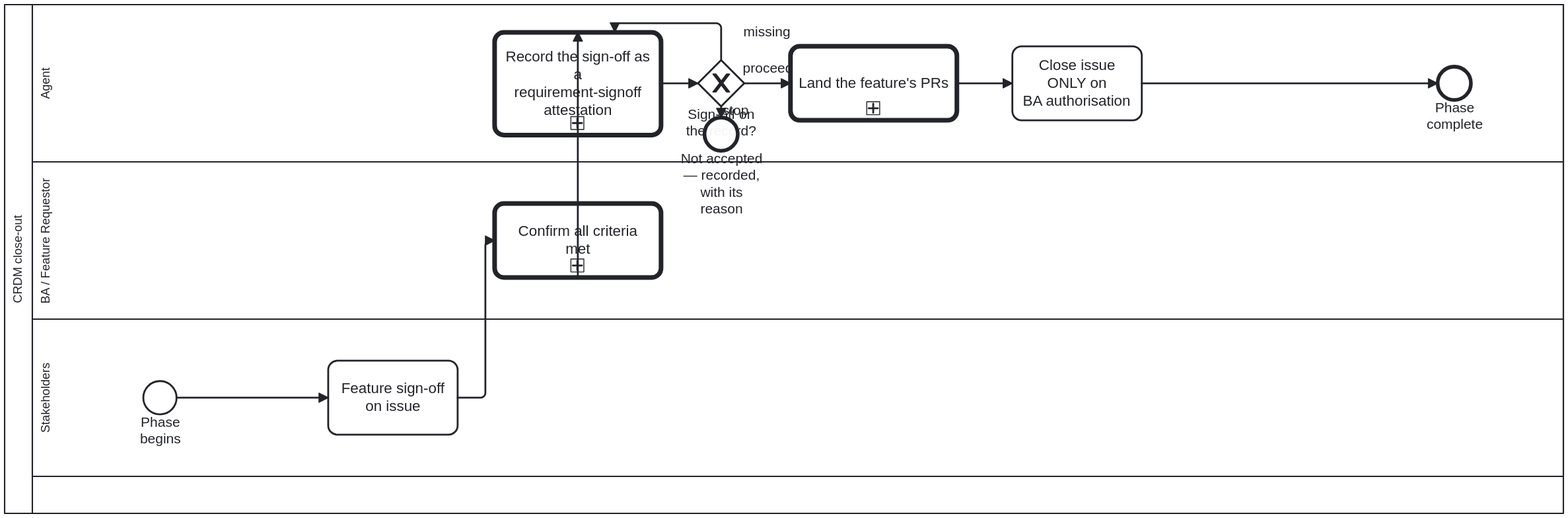
Earlier version of the BPMN export docs/assets/img/workflows/crdm-close.svg (litlfred/cat-harness). Its source is kept beside it as processes/process/crdm-close.bpmn. Ids are renumbered.
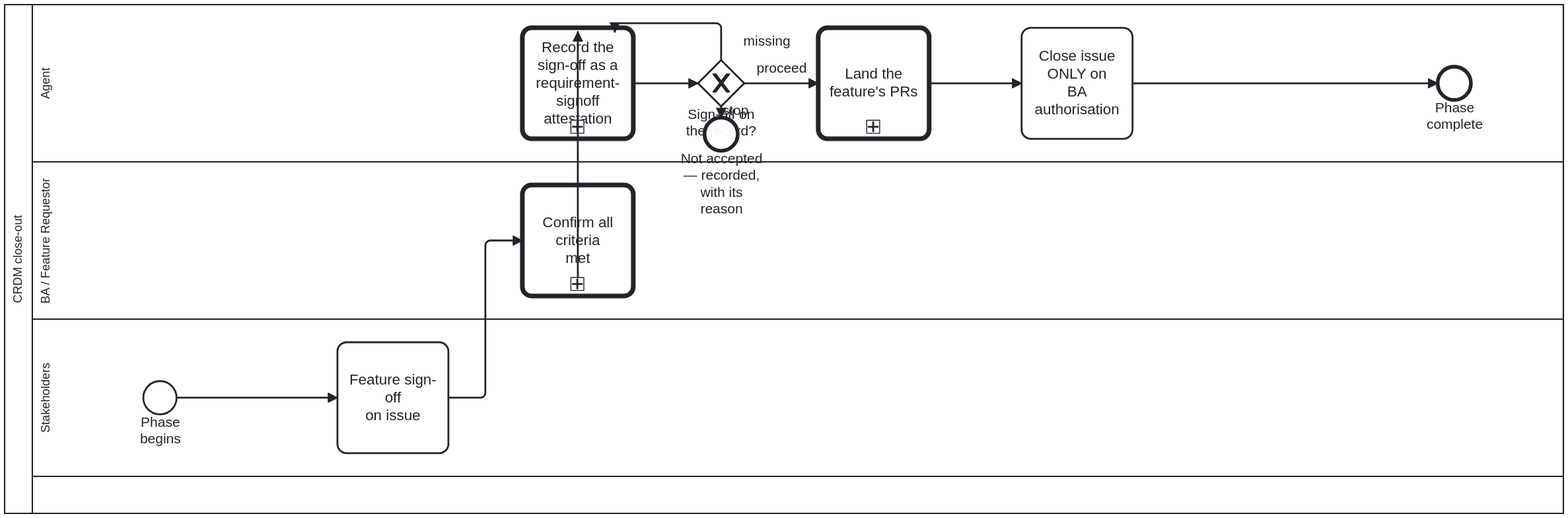
Later version of the same file.

Diff of the diagram source:
```diff
@@ -107,36 +107,36 @@
         <dc:Bounds x="310" y="487" width="36" height="36" />
       </bpmndi:BPMNShape>
       <bpmndi:BPMNShape id="Shape_S_FeatureSignoff" bpmnElement="S_FeatureSignoff">
-        <dc:Bounds x="510" y="465" width="140" height="80" />
+        <dc:Bounds x="520" y="445" width="120" height="120" />
       </bpmndi:BPMNShape>
       <bpmndi:BPMNShape id="Shape_BA_Confirm" bpmnElement="BA_Confirm">
-        <dc:Bounds x="690" y="295" width="180" height="80" />
+        <dc:Bounds x="720" y="275" width="120" height="120" />
       </bpmndi:BPMNShape>
       <bpmndi:BPMNShape id="Shape_Call_MergeToMain" bpmnElement="Call_MergeToMain">
-        <dc:Bounds x="1010" y="125" width="180" height="80" />
+        <dc:Bounds x="1040" y="105" width="120" height="120" />
       </bpmndi:BPMNShape>
       <bpmndi:BPMNShape id="Shape_A_Close" bpmnElement="A_Close">
-        <dc:Bounds x="1250" y="125" width="140" height="80" />
+        <dc:Bounds x="1260" y="105" width="120" height="120" />
       </bpmndi:BPMNShape>
       <bpmndi:BPMNShape id="Shape_End_Process_CRDM_Close" bpmnElement="End_Process_CRDM_Close">
         <dc:Bounds x="1710" y="147" width="36" height="36" />
       </bpmndi:BPMNShape>
       <bpmndi:BPMNEdge id="Edge_SF_Process_CRDM_Close_1" bpmnElement="SF_Process_CRDM_Close_1">
         <di:waypoint x="346" y="505" />
-        <di:waypoint x="510" y="505" />
+        <di:waypoint x="520" y="505" />
       </bpmndi:BPMNEdge>
       <bpmndi:BPMNEdge id="Edge_SF_Process_CRDM_Close_2" bpmnElement="SF_Process_CRDM_Close_2">
-        <di:waypoint x="650" y="505" />
+        <di:waypoint x="640" y="505" />
         <di:waypoint x="680" y="505" />
         <di:waypoint x="680" y="335" />
-        <di:waypoint x="690" y="335" />
+        <di:waypoint x="720" y="335" />
       </bpmndi:BPMNEdge>
       <bpmndi:BPMNEdge id="Edge_SF_Process_CRDM_Close_3" bpmnElement="SF_Process_CRDM_Close_3">
         <di:waypoint x="780" y="375" />
         <di:waypoint x="780" y="109.5" />
       </bpmndi:BPMNEdge>
       <bpmndi:BPMNShape id="Shape_A_RecordSignoff" bpmnElement="A_RecordSignoff">
-        <dc:Bounds x="690" y="109.5" width="180" height="111" />
+        <dc:Bounds x="720" y="105" width="120" height="120" />
       </bpmndi:BPMNShape>
       <bpmndi:BPMNShape id="Shape_GW_SignoffRecorded" bpmnElement="GW_SignoffRecorded" isMarkerVisible="true">
         <dc:Bounds x="910" y="140" width="50" height="50" />
@@ -145,16 +145,16 @@
         <dc:Bounds x="917" y="202" width="36" height="36" />
       </bpmndi:BPMNShape>
       <bpmndi:BPMNEdge id="Edge_SF_Close_Gate" bpmnElement="SF_Close_Gate">
-        <di:waypoint x="870" y="165" />
+        <di:waypoint x="840" y="165" />
         <di:waypoint x="910" y="165" />
       </bpmndi:BPMNEdge>
       <bpmndi:BPMNEdge id="Edge_SF_Close_Proceed" bpmnElement="SF_Close_Proceed">
         <di:waypoint x="960" y="165" />
-        <di:waypoint x="1010" y="165" />
+        <di:waypoint x="1040" y="165" />
       </bpmndi:BPMNEdge>
       <bpmndi:BPMNEdge id="Edge_SF_Close_Merged" bpmnElement="SF_Close_Merged">
-        <di:waypoint x="1190" y="165" />
-        <di:waypoint x="1250" y="165" />
+        <di:waypoint x="1160" y="165" />
+        <di:waypoint x="1260" y="165" />
       </bpmndi:BPMNEdge>
       <bpmndi:BPMNEdge id="Edge_SF_Close_Stop" bpmnElement="SF_Close_Stop">
         <di:waypoint x="935" y="190" />
@@ -165,9 +165,12 @@
         <di:waypoint x="935" y="100" />
         <di:waypoint x="820" y="100" />
         <di:waypoint x="820" y="109.5" />
-        <bpmndi:BPMNLabel><dc:Bounds x="939" y="101" width="90" height="18" /></bpmndi:BPMNLabel>
+        <bpmndi:BPMNLabel><dc:Bounds x="939" y="111" width="90" height="18" /></bpmndi:BPMNLabel>
       </bpmndi:BPMNEdge>
-      <bpmndi:BPMNEdge id="Edge_SF_Process_CRDM_Close_4" bpmnElement="SF_Process_CRDM_Close_4"><di:waypoint x="1390" y="165"/><di:waypoint x="1710" y="165"/></bpmndi:BPMNEdge>
+      <bpmndi:BPMNEdge id="Edge_SF_Process_CRDM_Close_4" bpmnElement="SF_Process_CRDM_Close_4">
+        <di:waypoint x="1380" y="165" />
+        <di:waypoint x="1710" y="165" />
+      </bpmndi:BPMNEdge>
     </bpmndi:BPMNPlane>
   </bpmndi:BPMNDiagram>
 </bpmn:definitions>
```
